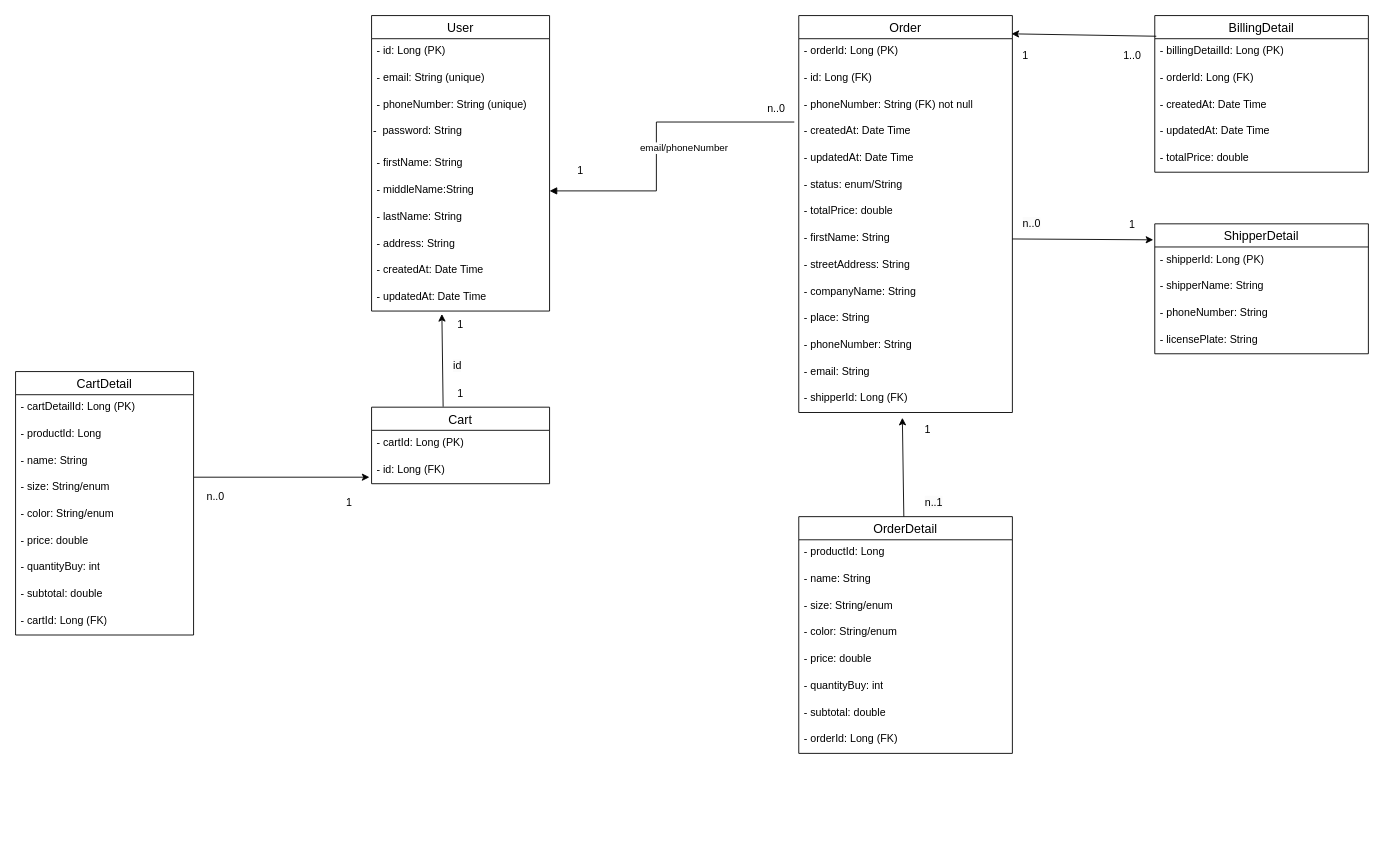
Above: diagrams/class/class-user.drawio in penduricha/Project-e-commerce (draw.io), before the change. Source tidied: cells renumbered, new cells numbered last; positions are measured from the earlier drawing's top-left corner, leaving out a move shared by most shapes. Both pictures are drawn from the tidied source at 89%, with x=0, y=0 at pixel (15, 15).
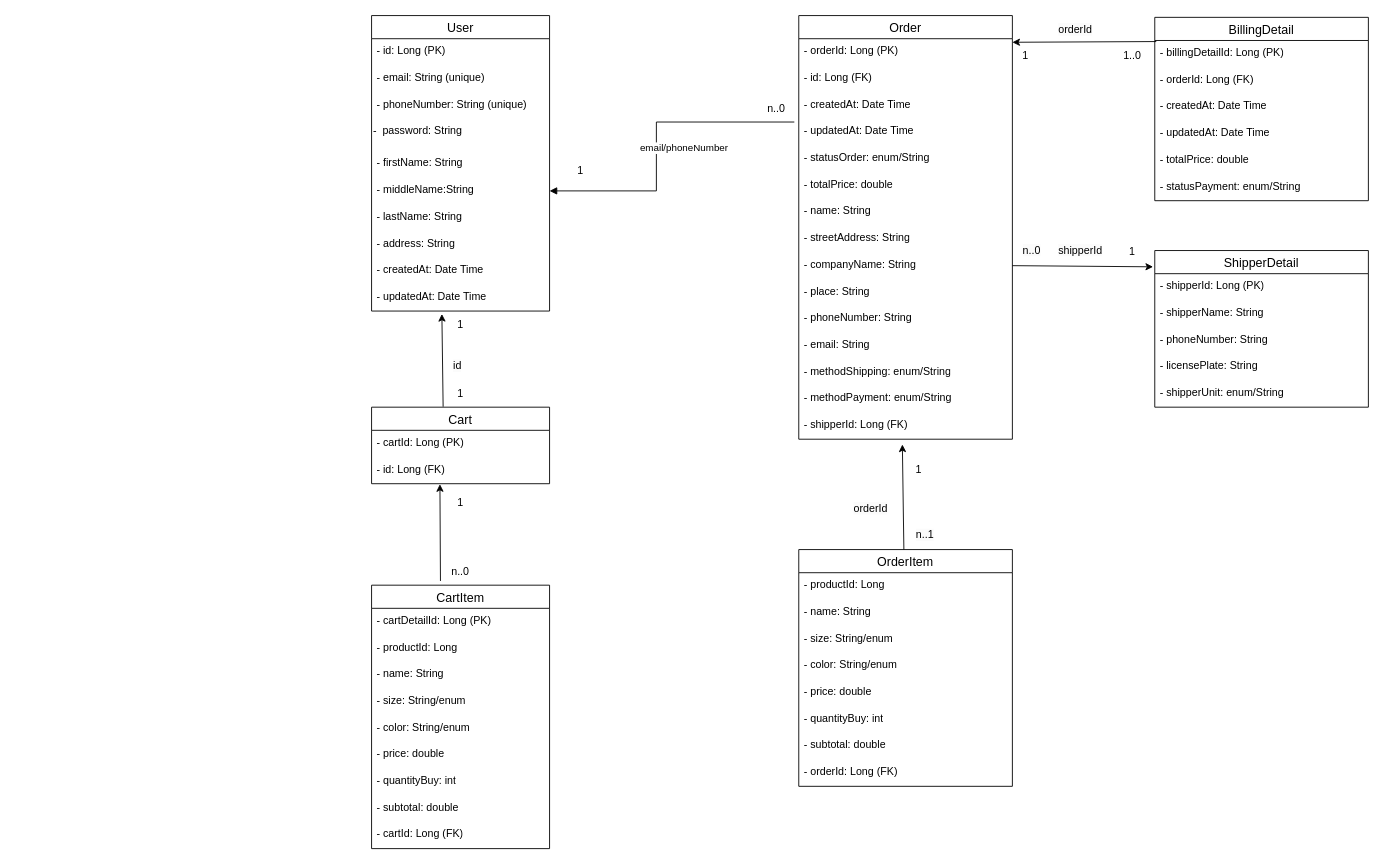
After the change.

Unchanged cells that the change refers to:
```xml
<mxCell id="8" value="- middleName:String" style="text;strokeColor=none;fillColor=none;spacingLeft=4;spacingRight=4;overflow=hidden;points=[[0,0.5],[1,0.5]];portConstraint=eastwest;fontSize=12;whiteSpace=wrap;html=1;" parent="2" vertex="1">
  <mxGeometry y="182" width="200" height="30" as="geometry" />
</mxCell>
<mxCell id="43" value="- name: String" style="text;strokeColor=none;fillColor=none;spacingLeft=4;spacingRight=4;overflow=hidden;points=[[0,0.5],[1,0.5]];portConstraint=eastwest;fontSize=12;whiteSpace=wrap;html=1;" parent="40" vertex="1">
  <mxGeometry y="86" width="200" height="30" as="geometry" />
</mxCell>
<mxCell id="54" value="- id: Long (FK)" style="text;strokeColor=none;fillColor=none;spacingLeft=4;spacingRight=4;overflow=hidden;points=[[0,0.5],[1,0.5]];portConstraint=eastwest;fontSize=12;whiteSpace=wrap;html=1;" parent="52" vertex="1">
  <mxGeometry y="56" width="200" height="30" as="geometry" />
</mxCell>
<mxCell id="67" value="1" style="text;html=1;align=center;verticalAlign=middle;whiteSpace=wrap;rounded=0;" parent="1" vertex="1">
  <mxGeometry x="1120" y="30" width="30" height="30" as="geometry" />
</mxCell>
```

The edit, as a diff of the source:
```diff
@@
     <mxCell id="13" value="Order" style="swimlane;fontStyle=0;horizontal=1;startSize=26;align=center;fontSize=14;" parent="1" vertex="1">
-      <mxGeometry x="880" width="240" height="446" as="geometry" />
+      <mxGeometry x="880" width="240" height="476" as="geometry" />
     </mxCell>
@@
-    <mxCell id="16" value="- phoneNumber: String (FK) not null" style="text;strokeColor=none;fillColor=none;spacingLeft=4;spacingRight=4;overflow=hidden;points=[[0,0.5],[1,0.5]];portConstraint=eastwest;fontSize=12;whiteSpace=wrap;html=1;" parent="13" vertex="1">
-      <mxGeometry y="86" width="240" height="30" as="geometry" />
-    </mxCell>
     <mxCell id="17" value="- createdAt: Date Time" style="text;strokeColor=none;fillColor=none;spacingLeft=4;spacingRight=4;overflow=hidden;fontSize=12;whiteSpace=wrap;html=1;" parent="13" vertex="1">
-      <mxGeometry y="116" width="240" height="30" as="geometry" />
+      <mxGeometry y="86" width="240" height="30" as="geometry" />
     </mxCell>
     <mxCell id="18" value="- updatedAt: Date Time" style="text;strokeColor=none;fillColor=none;spacingLeft=4;spacingRight=4;overflow=hidden;fontSize=12;whiteSpace=wrap;html=1;" parent="13" vertex="1">
-      <mxGeometry y="146" width="240" height="30" as="geometry" />
+      <mxGeometry y="116" width="240" height="30" as="geometry" />
     </mxCell>
-    <mxCell id="19" value="- status: enum/String" style="text;strokeColor=none;fillColor=none;spacingLeft=4;spacingRight=4;overflow=hidden;fontSize=12;whiteSpace=wrap;html=1;" parent="13" vertex="1">
-      <mxGeometry y="176" width="240" height="30" as="geometry" />
+    <mxCell id="19" value="- statusOrder: enum/String" style="text;strokeColor=none;fillColor=none;spacingLeft=4;spacingRight=4;overflow=hidden;fontSize=12;whiteSpace=wrap;html=1;" parent="13" vertex="1">
+      <mxGeometry y="146" width="240" height="30" as="geometry" />
     </mxCell>
     <mxCell id="20" value="- totalPrice: double" style="text;strokeColor=none;fillColor=none;spacingLeft=4;spacingRight=4;overflow=hidden;fontSize=12;whiteSpace=wrap;html=1;" parent="13" vertex="1">
-      <mxGeometry y="206" width="240" height="30" as="geometry" />
+      <mxGeometry y="176" width="240" height="30" as="geometry" />
     </mxCell>
-    <mxCell id="21" value="- firstName: String" style="text;strokeColor=none;fillColor=none;spacingLeft=4;spacingRight=4;overflow=hidden;points=[[0,0.5],[1,0.5]];portConstraint=eastwest;fontSize=12;whiteSpace=wrap;html=1;" parent="13" vertex="1">
-      <mxGeometry y="236" width="240" height="30" as="geometry" />
+    <mxCell id="21" value="- name: String" style="text;strokeColor=none;fillColor=none;spacingLeft=4;spacingRight=4;overflow=hidden;points=[[0,0.5],[1,0.5]];portConstraint=eastwest;fontSize=12;whiteSpace=wrap;html=1;" parent="13" vertex="1">
+      <mxGeometry y="206" width="240" height="30" as="geometry" />
     </mxCell>
     <mxCell id="22" value="- streetAddress: String" style="text;strokeColor=none;fillColor=none;spacingLeft=4;spacingRight=4;overflow=hidden;fontSize=12;whiteSpace=wrap;html=1;" parent="13" vertex="1">
-      <mxGeometry y="266" width="240" height="30" as="geometry" />
+      <mxGeometry y="236" width="240" height="30" as="geometry" />
     </mxCell>
     <mxCell id="23" value="- companyName: String" style="text;strokeColor=none;fillColor=none;spacingLeft=4;spacingRight=4;overflow=hidden;points=[[0,0.5],[1,0.5]];portConstraint=eastwest;fontSize=12;whiteSpace=wrap;html=1;" parent="13" vertex="1">
-      <mxGeometry y="296" width="240" height="30" as="geometry" />
+      <mxGeometry y="266" width="240" height="30" as="geometry" />
     </mxCell>
     <mxCell id="24" value="- place: String" style="text;strokeColor=none;fillColor=none;spacingLeft=4;spacingRight=4;overflow=hidden;fontSize=12;whiteSpace=wrap;html=1;" parent="13" vertex="1">
-      <mxGeometry y="326" width="240" height="30" as="geometry" />
+      <mxGeometry y="296" width="240" height="30" as="geometry" />
     </mxCell>
     <mxCell id="25" value="- phoneNumber: String" style="text;strokeColor=none;fillColor=none;spacingLeft=4;spacingRight=4;overflow=hidden;fontSize=12;whiteSpace=wrap;html=1;" parent="13" vertex="1">
-      <mxGeometry y="356" width="240" height="30" as="geometry" />
+      <mxGeometry y="326" width="240" height="30" as="geometry" />
     </mxCell>
     <mxCell id="26" value="- email: String" style="text;strokeColor=none;fillColor=none;spacingLeft=4;spacingRight=4;overflow=hidden;fontSize=12;whiteSpace=wrap;html=1;" parent="13" vertex="1">
-      <mxGeometry y="386" width="240" height="30" as="geometry" />
+      <mxGeometry y="356" width="240" height="30" as="geometry" />
     </mxCell>
+    <mxCell id="80" value="- methodShipping: enum/String" style="text;strokeColor=none;fillColor=none;spacingLeft=4;spacingRight=4;overflow=hidden;fontSize=12;whiteSpace=wrap;html=1;" parent="13" vertex="1">
+      <mxGeometry y="386" width="240" height="30" as="geometry" />
+    </mxCell>
+    <mxCell id="81" value="- methodPayment: enum/String" style="text;strokeColor=none;fillColor=none;spacingLeft=4;spacingRight=4;overflow=hidden;fontSize=12;whiteSpace=wrap;html=1;" parent="13" vertex="1">
+      <mxGeometry y="416" width="240" height="30" as="geometry" />
+    </mxCell>
     <mxCell id="27" value="- shipperId: Long (FK)" style="text;strokeColor=none;fillColor=none;spacingLeft=4;spacingRight=4;overflow=hidden;points=[[0,0.5],[1,0.5]];portConstraint=eastwest;fontSize=12;whiteSpace=wrap;html=1;" parent="13" vertex="1">
-      <mxGeometry y="416" width="240" height="30" as="geometry" />
+      <mxGeometry y="446" width="240" height="30" as="geometry" />
     </mxCell>
-    <mxCell id="28" value="OrderDetail" style="swimlane;fontStyle=0;horizontal=1;startSize=26;align=center;fontSize=14;" parent="1" vertex="1">
-      <mxGeometry x="880" y="563" width="240" height="266" as="geometry" />
+    <mxCell id="28" value="OrderItem" style="swimlane;fontStyle=0;horizontal=1;startSize=26;align=center;fontSize=14;" parent="1" vertex="1">
+      <mxGeometry x="880" y="600" width="240" height="266" as="geometry" />
     </mxCell>
@@
-    <mxCell id="37" value="email/phoneNumber" style="endArrow=block;endFill=1;html=1;edgeStyle=orthogonalEdgeStyle;align=left;verticalAlign=top;rounded=0;exitX=-0.021;exitY=1.12;exitDx=0;exitDy=0;exitPerimeter=0;" parent="1" edge="1" source="16" target="8">
+    <mxCell id="37" value="email/phoneNumber" style="endArrow=block;endFill=1;html=1;edgeStyle=orthogonalEdgeStyle;align=left;verticalAlign=top;rounded=0;exitX=-0.021;exitY=1.12;exitDx=0;exitDy=0;exitPerimeter=0;" parent="1" edge="1" target="8">
       <mxGeometry x="-0.03" y="-20" relative="1" as="geometry">
+        <mxPoint x="875" y="119.6" as="sourcePoint" />
         <Array as="points">
           <mxPoint x="720" y="120" />
           <mxPoint x="720" y="197" />
         </Array>
       </mxGeometry>
     </mxCell>
@@
-    <mxCell id="40" value="CartDetail" style="swimlane;fontStyle=0;horizontal=1;startSize=26;align=center;fontSize=14;" parent="1" vertex="1">
-      <mxGeometry y="400" width="200" height="296" as="geometry" />
+    <mxCell id="40" value="CartItem" style="swimlane;fontStyle=0;horizontal=1;startSize=26;align=center;fontSize=14;" parent="1" vertex="1">
+      <mxGeometry x="400" y="640" width="200" height="296" as="geometry" />
     </mxCell>
@@
     <mxCell id="50" value="1" style="text;html=1;align=center;verticalAlign=middle;whiteSpace=wrap;rounded=0;" parent="1" vertex="1">
-      <mxGeometry x="360" y="533" width="30" height="30" as="geometry" />
+      <mxGeometry x="485" y="533" width="30" height="30" as="geometry" />
     </mxCell>
     <mxCell id="51" value="n..0" style="text;html=1;align=center;verticalAlign=middle;whiteSpace=wrap;rounded=0;" parent="1" vertex="1">
-      <mxGeometry x="210" y="526" width="30" height="30" as="geometry" />
+      <mxGeometry x="485" y="610" width="30" height="30" as="geometry" />
     </mxCell>
@@
-    <mxCell id="55" style="endArrow=classic;html=1;rounded=0;entryX=-0.012;entryY=0.756;entryDx=0;entryDy=0;entryPerimeter=0;exitX=1.002;exitY=1.089;exitDx=0;exitDy=0;exitPerimeter=0;" parent="1" edge="1" source="43" target="54">
-      <mxGeometry relative="1" as="geometry" />
-    </mxCell>
@@
     <mxCell id="59" value="BillingDetail" style="swimlane;fontStyle=0;horizontal=1;startSize=26;align=center;fontSize=14;" parent="1" vertex="1">
-      <mxGeometry x="1280" width="240" height="176" as="geometry" />
+      <mxGeometry x="1280" y="2" width="240" height="206" as="geometry" />
     </mxCell>
@@
+    <mxCell id="82" value="- statusPayment: enum/String" style="text;strokeColor=none;fillColor=none;spacingLeft=4;spacingRight=4;overflow=hidden;fontSize=12;whiteSpace=wrap;html=1;" parent="59" vertex="1">
+      <mxGeometry y="176" width="240" height="30" as="geometry" />
+    </mxCell>
@@
-    <mxCell id="66" style="endArrow=classic;html=1;rounded=0;exitX=0.007;exitY=0.132;exitDx=0;exitDy=0;exitPerimeter=0;entryX=0.996;entryY=0.046;entryDx=0;entryDy=0;entryPerimeter=0;" parent="1" edge="1" source="59" target="13">
+    <mxCell id="66" style="endArrow=classic;html=1;rounded=0;exitX=0.007;exitY=0.132;exitDx=0;exitDy=0;exitPerimeter=0;entryX=0;entryY=0;entryDx=0;entryDy=0;" parent="1" edge="1" source="59" target="67">
       <mxGeometry relative="1" as="geometry" />
     </mxCell>
@@
     <mxCell id="69" value="ShipperDetail" style="swimlane;fontStyle=0;horizontal=1;startSize=26;align=center;fontSize=14;" parent="1" vertex="1">
-      <mxGeometry x="1280" y="234" width="240" height="146" as="geometry" />
+      <mxGeometry x="1280" y="264" width="240" height="176" as="geometry" />
     </mxCell>
@@
+    <mxCell id="83" value="- shipperUnit: enum/String" style="text;strokeColor=none;fillColor=none;spacingLeft=4;spacingRight=4;overflow=hidden;fontSize=12;whiteSpace=wrap;html=1;" parent="69" vertex="1">
+      <mxGeometry y="146" width="240" height="30" as="geometry" />
+    </mxCell>
     <mxCell id="74" value="1" style="text;html=1;align=center;verticalAlign=middle;whiteSpace=wrap;rounded=0;" parent="1" vertex="1">
-      <mxGeometry x="1240" y="220" width="30" height="30" as="geometry" />
+      <mxGeometry x="1240" y="250" width="30" height="30" as="geometry" />
     </mxCell>
     <mxCell id="75" value="&lt;span style=&quot;color: rgb(0, 0, 0); font-family: Helvetica; font-size: 12px; font-style: normal; font-variant-ligatures: normal; font-variant-caps: normal; font-weight: 400; letter-spacing: normal; orphans: 2; text-align: center; text-indent: 0px; text-transform: none; widows: 2; word-spacing: 0px; -webkit-text-stroke-width: 0px; background-color: rgb(251, 251, 251); text-decoration-thickness: initial; text-decoration-style: initial; text-decoration-color: initial; float: none; display: inline !important;&quot;&gt;n..0&lt;/span&gt;" style="text;whiteSpace=wrap;html=1;" parent="1" vertex="1">
-      <mxGeometry x="1130" y="220" width="30" height="30" as="geometry" />
+      <mxGeometry x="1130" y="250" width="30" height="30" as="geometry" />
     </mxCell>
-    <mxCell id="76" style="endArrow=classic;html=1;rounded=0;entryX=-0.007;entryY=0.123;entryDx=0;entryDy=0;entryPerimeter=0;exitX=1;exitY=0.5;exitDx=0;exitDy=0;" parent="1" edge="1" source="21" target="69">
+    <mxCell id="76" style="endArrow=classic;html=1;rounded=0;entryX=-0.008;entryY=0.104;entryDx=0;entryDy=0;exitX=1;exitY=0.5;exitDx=0;exitDy=0;entryPerimeter=0;" parent="1" edge="1" source="23" target="69">
       <mxGeometry relative="1" as="geometry" />
     </mxCell>
@@
     <mxCell id="78" value="1" style="text;html=1;align=center;verticalAlign=middle;whiteSpace=wrap;rounded=0;" parent="1" vertex="1">
-      <mxGeometry x="1010" y="450" width="30" height="30" as="geometry" />
+      <mxGeometry x="1000" y="496" width="30" height="30" as="geometry" />
     </mxCell>
     <mxCell id="79" value="&lt;span style=&quot;color: rgb(0, 0, 0); font-family: Helvetica; font-size: 12px; font-style: normal; font-variant-ligatures: normal; font-variant-caps: normal; font-weight: 400; letter-spacing: normal; orphans: 2; text-align: center; text-indent: 0px; text-transform: none; widows: 2; word-spacing: 0px; -webkit-text-stroke-width: 0px; background-color: rgb(251, 251, 251); text-decoration-thickness: initial; text-decoration-style: initial; text-decoration-color: initial; float: none; display: inline !important;&quot;&gt;n..1&lt;/span&gt;" style="text;whiteSpace=wrap;html=1;" parent="1" vertex="1">
-      <mxGeometry x="1020" y="533" width="30" height="30" as="geometry" />
+      <mxGeometry x="1010" y="570" width="30" height="30" as="geometry" />
     </mxCell>
+    <mxCell id="84" style="endArrow=classic;html=1;rounded=0;entryX=0.384;entryY=1.018;entryDx=0;entryDy=0;entryPerimeter=0;exitX=0.387;exitY=-0.016;exitDx=0;exitDy=0;exitPerimeter=0;" parent="1" edge="1" source="40" target="54">
+      <mxGeometry relative="1" as="geometry" />
+    </mxCell>
+    <mxCell id="85" value="&lt;span style=&quot;color: rgb(0, 0, 0); font-family: Helvetica; font-size: 12px; font-style: normal; font-variant-ligatures: normal; font-variant-caps: normal; font-weight: 400; letter-spacing: normal; orphans: 2; text-align: left; text-indent: 0px; text-transform: none; widows: 2; word-spacing: 0px; -webkit-text-stroke-width: 0px; background-color: rgb(251, 251, 251); text-decoration-thickness: initial; text-decoration-style: initial; text-decoration-color: initial; float: none; display: inline !important;&quot;&gt;shipperId&lt;/span&gt;" style="text;whiteSpace=wrap;html=1;" parent="1" vertex="1">
+      <mxGeometry x="1170" y="250" width="50" height="20" as="geometry" />
+    </mxCell>
+    <mxCell id="86" value="&lt;span style=&quot;color: rgb(0, 0, 0); font-family: Helvetica; font-size: 12px; font-style: normal; font-variant-ligatures: normal; font-variant-caps: normal; font-weight: 400; letter-spacing: normal; orphans: 2; text-align: left; text-indent: 0px; text-transform: none; widows: 2; word-spacing: 0px; -webkit-text-stroke-width: 0px; background-color: rgb(251, 251, 251); text-decoration-thickness: initial; text-decoration-style: initial; text-decoration-color: initial; float: none; display: inline !important;&quot;&gt;orderId&lt;/span&gt;" style="text;whiteSpace=wrap;html=1;" parent="1" vertex="1">
+      <mxGeometry x="1170" y="2" width="50" height="30" as="geometry" />
+    </mxCell>
+    <mxCell id="87" value="&lt;span style=&quot;color: rgb(0, 0, 0); font-family: Helvetica; font-size: 12px; font-style: normal; font-variant-ligatures: normal; font-variant-caps: normal; font-weight: 400; letter-spacing: normal; orphans: 2; text-align: left; text-indent: 0px; text-transform: none; widows: 2; word-spacing: 0px; -webkit-text-stroke-width: 0px; background-color: rgb(251, 251, 251); text-decoration-thickness: initial; text-decoration-style: initial; text-decoration-color: initial; float: none; display: inline !important;&quot;&gt;orderId&lt;/span&gt;" style="text;whiteSpace=wrap;html=1;" parent="1" vertex="1">
+      <mxGeometry x="940" y="540" width="50" height="30" as="geometry" />
+    </mxCell>
```
